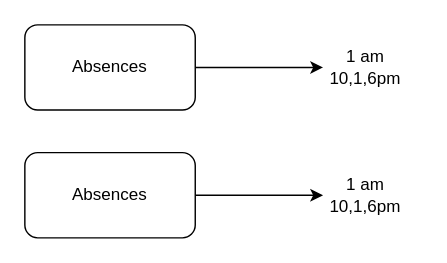
The draw.io diagram customer.drawio in diegoamb03/APOYO_BI, before the edit. Source tidied: cells renumbered, new cells numbered last; positions are measured from the earlier drawing's top-left corner, leaving out a move shared by most shapes. Both pictures are drawn from the tidied source at 142%, with x=0, y=0 at pixel (24, 24).
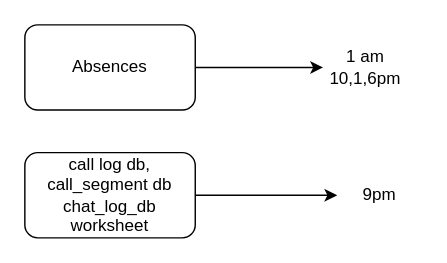
The same diagram, later.

Diff of the diagram source:
```diff
@@
 <mxGraphModel>
   <root>
     <mxCell id="0" />
     <mxCell id="1" parent="0" />
     <mxCell id="2" style="edgeStyle=orthogonalEdgeStyle;rounded=0;jettySize=auto;html=1;" parent="1" edge="1" source="3" target="4">
       <mxGeometry relative="1" as="geometry" />
     </mxCell>
     <mxCell id="3" value="Absences" style="rounded=1;whiteSpace=wrap;html=1;" parent="1" vertex="1">
       <mxGeometry width="120" height="60" as="geometry" />
     </mxCell>
     <mxCell id="4" value="1 am&lt;br&gt;10,1,6pm" style="text;html=1;strokeColor=none;fillColor=none;align=center;verticalAlign=middle;whiteSpace=wrap;rounded=0;" parent="1" vertex="1">
       <mxGeometry x="210" y="15" width="60" height="30" as="geometry" />
     </mxCell>
     <mxCell id="5" style="edgeStyle=orthogonalEdgeStyle;rounded=0;jettySize=auto;html=1;" parent="1" edge="1" source="6" target="7">
       <mxGeometry relative="1" as="geometry" />
     </mxCell>
-    <mxCell id="6" value="Absences" style="rounded=1;whiteSpace=wrap;html=1;" parent="1" vertex="1">
+    <mxCell id="6" value="call log db, call_segment db&lt;br&gt;chat_log_db&lt;br&gt;worksheet" style="rounded=1;whiteSpace=wrap;html=1;" parent="1" vertex="1">
       <mxGeometry y="90" width="120" height="60" as="geometry" />
     </mxCell>
-    <mxCell id="7" value="1 am&lt;br&gt;10,1,6pm" style="text;html=1;strokeColor=none;fillColor=none;align=center;verticalAlign=middle;whiteSpace=wrap;rounded=0;" parent="1" vertex="1">
-      <mxGeometry x="210" y="105" width="60" height="30" as="geometry" />
+    <mxCell id="7" value="9pm" style="text;html=1;strokeColor=none;fillColor=none;align=center;verticalAlign=middle;whiteSpace=wrap;rounded=0;" parent="1" vertex="1">
+      <mxGeometry x="220" y="105" width="60" height="30" as="geometry" />
     </mxCell>
   </root>
 </mxGraphModel>
```
